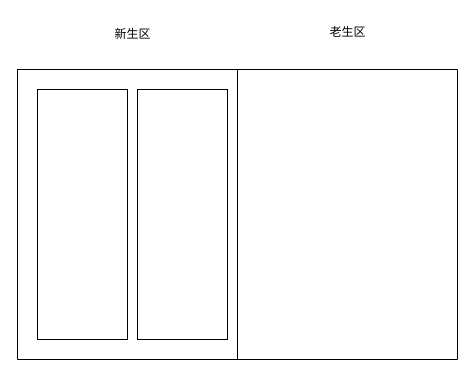
Earlier version of the draw.io diagram 流程图/V8新生区老生区.drawio (abelce/diagrams). Source tidied: cells renumbered, new cells numbered last; positions are measured from the earlier drawing's top-left corner, leaving out a move shared by most shapes. Both pictures are drawn from the tidied source at 100%, with x=0, y=0 at pixel (17, 17).
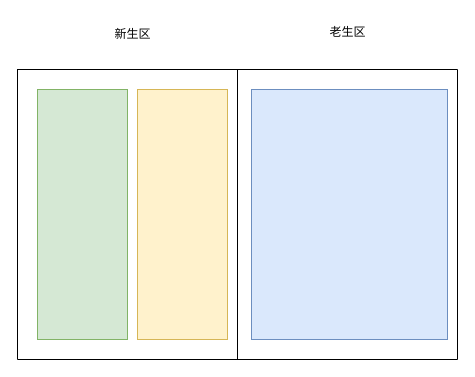
The same diagram, later.

Commit message (it also covers changes not shown here):
更新V8新生区老生区.drawio

Change to the diagram source:
```diff
@@
 <mxGraphModel>
   <root>
     <mxCell id="0" />
     <mxCell id="1" parent="0" />
     <mxCell id="2" style="shape=table;startSize=0;childLayout=tableLayout;" parent="1" vertex="1">
       <mxGeometry y="52" width="440" height="290" as="geometry" />
     </mxCell>
     <mxCell id="3" style="shape=tableRow;horizontal=0;startSize=0;swimlaneHead=0;swimlaneBody=0;strokeColor=inherit;top=0;left=0;bottom=0;right=0;fillColor=none;" parent="2" vertex="1">
       <mxGeometry width="440" height="290" as="geometry" />
     </mxCell>
     <mxCell id="4" value="&lt;table&gt;&lt;tbody&gt;&lt;tr&gt;&lt;td&gt;&lt;br&gt;&lt;/td&gt;&lt;td&gt;&lt;br&gt;&lt;/td&gt;&lt;/tr&gt;&lt;/tbody&gt;&lt;/table&gt;" style="shape=partialRectangle;html=1;whiteSpace=wrap;strokeColor=inherit;overflow=hidden;fillColor=none;top=0;left=0;bottom=0;right=0;" parent="3" vertex="1">
       <mxGeometry width="220" height="290" as="geometry" />
     </mxCell>
     <mxCell id="5" style="shape=partialRectangle;html=1;whiteSpace=wrap;strokeColor=inherit;overflow=hidden;fillColor=none;top=0;left=0;bottom=0;right=0;" parent="3" vertex="1">
       <mxGeometry x="220" width="220" height="290" as="geometry" />
     </mxCell>
-    <mxCell id="6" style="rounded=0;whiteSpace=wrap;html=1;" parent="1" vertex="1">
+    <mxCell id="6" style="rounded=0;whiteSpace=wrap;html=1;fillColor=#d5e8d4;strokeColor=#82b366;" parent="1" vertex="1">
       <mxGeometry x="20" y="72" width="90" height="250" as="geometry" />
     </mxCell>
-    <mxCell id="7" style="rounded=0;whiteSpace=wrap;html=1;" parent="1" vertex="1">
+    <mxCell id="7" style="rounded=0;whiteSpace=wrap;html=1;fillColor=#fff2cc;strokeColor=#d6b656;" parent="1" vertex="1">
       <mxGeometry x="120" y="72" width="90" height="250" as="geometry" />
     </mxCell>
     <mxCell id="8" value="新生区" style="text;html=1;align=center;verticalAlign=middle;strokeColor=none;fillColor=none;" parent="1" vertex="1">
       <mxGeometry x="85" y="2" width="60" height="30" as="geometry" />
     </mxCell>
     <mxCell id="9" value="老生区" style="text;html=1;align=center;verticalAlign=middle;strokeColor=none;fillColor=none;" parent="1" vertex="1">
       <mxGeometry x="300" width="60" height="30" as="geometry" />
     </mxCell>
+    <mxCell id="10" style="rounded=0;whiteSpace=wrap;html=1;fillColor=#dae8fc;strokeColor=#6c8ebf;" parent="1" vertex="1">
+      <mxGeometry x="234" y="72" width="196" height="250" as="geometry" />
+    </mxCell>
   </root>
 </mxGraphModel>
```
